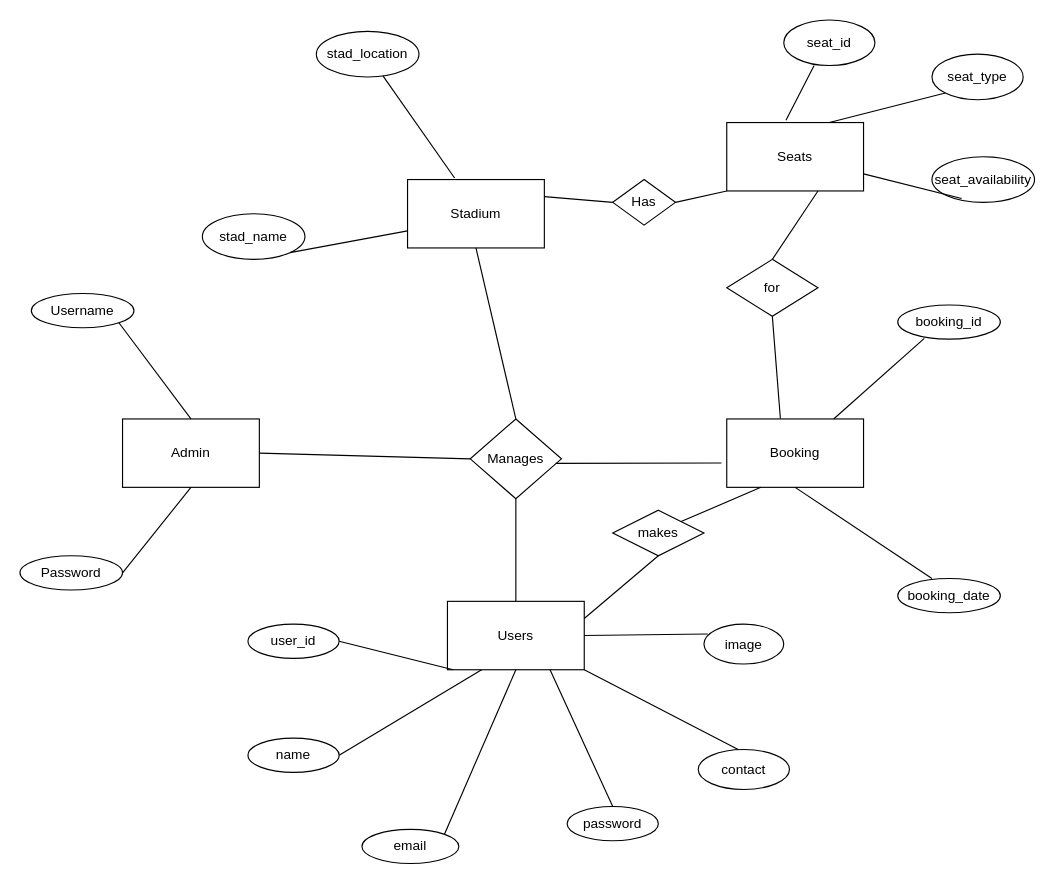
Earlier version of the draw.io diagram Untitled Diagram.drawio (niisharajput/Projects). Source tidied: cells renumbered, new cells numbered last; positions are measured from the earlier drawing's top-left corner, leaving out a move shared by most shapes. Both pictures are drawn from the tidied source at 114%, with x=0, y=0 at pixel (19, 19).
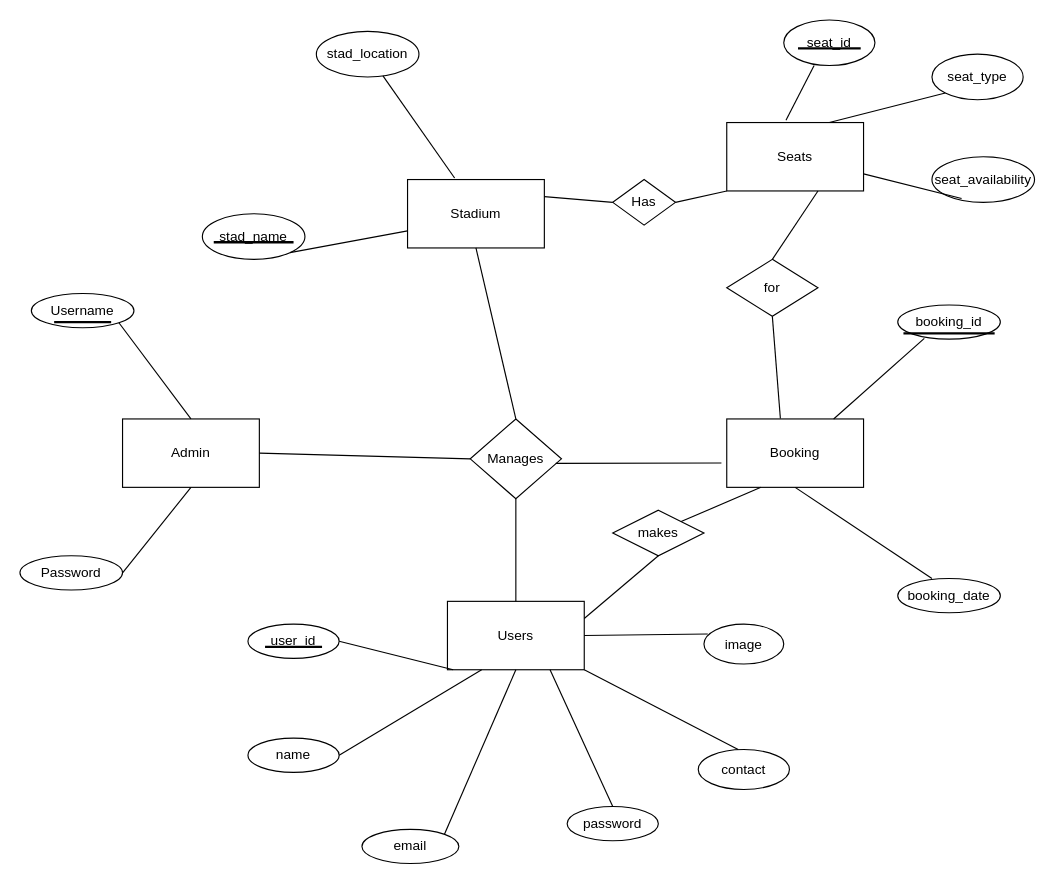
The same diagram, later.

Change to the diagram source:
```diff
@@
+    <mxCell id="51" style="line;strokeWidth=2;html=1;" parent="1" vertex="1">
+      <mxGeometry x="170" y="190" width="70" height="10" as="geometry" />
+    </mxCell>
+    <mxCell id="52" style="line;strokeWidth=2;html=1;" parent="1" vertex="1">
+      <mxGeometry x="30" y="260" width="50" height="10" as="geometry" />
+    </mxCell>
+    <mxCell id="53" style="line;strokeWidth=2;html=1;" parent="1" vertex="1">
+      <mxGeometry x="215" y="530" width="50" height="40" as="geometry" />
+    </mxCell>
+    <mxCell id="54" style="line;strokeWidth=2;html=1;" parent="1" vertex="1">
+      <mxGeometry x="775" y="270" width="80" height="10" as="geometry" />
+    </mxCell>
+    <mxCell id="55" style="line;strokeWidth=2;html=1;" parent="1" vertex="1">
+      <mxGeometry x="682.5" y="20" width="55" height="10" as="geometry" />
+    </mxCell>
```
